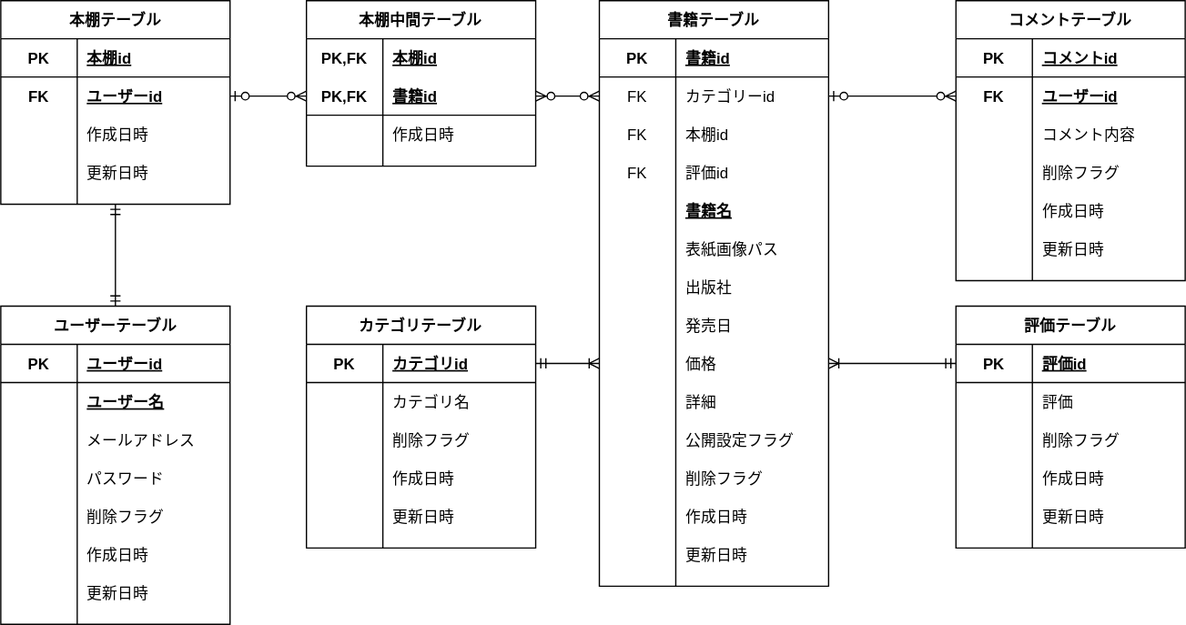
Earlier version of the draw.io export ERdiagram.drawio.svg (takumi98/EngineerBookshelf). Source tidied: cells renumbered, new cells last; positions are measured from the earlier drawing's top-left corner, leaving out a move shared by most shapes.
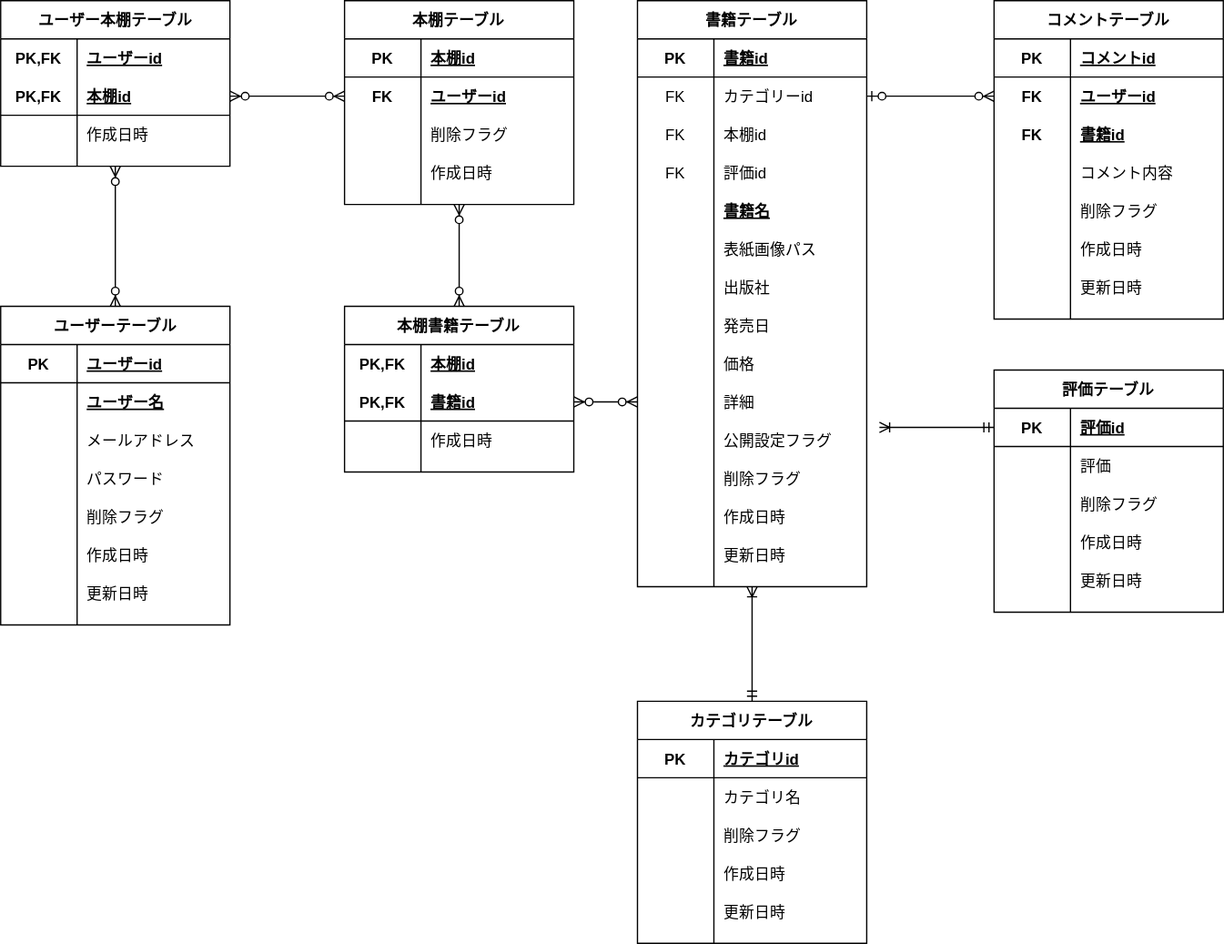
The same diagram one commit later.

Commit message:
[update]ユーザーは複数の本棚を登録できるよう、中間テーブルを追加しました

Change to the diagram source:
```diff
@@ -3,7 +3,7 @@
     <mxCell id="0" />
     <mxCell id="1" parent="0" />
     <mxCell id="2" value="ユーザーテーブル" style="shape=table;startSize=30;rowLines=0;fontStyle=1;align=center;" parent="1" vertex="1">
-      <mxGeometry y="240" width="180" height="250" as="geometry" />
+      <mxGeometry x="-30" y="240" width="180" height="250" as="geometry" />
     </mxCell>
     <mxCell id="3" style="shape=partialRectangle;fillColor=none;top=0;left=0;bottom=1;right=0;" parent="2" vertex="1">
       <mxGeometry y="30" width="180" height="30" as="geometry" />
@@ -198,7 +198,7 @@
       <mxGeometry x="60" width="120" height="30" as="geometry" />
     </mxCell>
     <mxCell id="67" value="コメントテーブル" style="shape=table;startSize=30;rowLines=0;fontStyle=1;align=center;" parent="1" vertex="1">
-      <mxGeometry x="750" width="180" height="220" as="geometry" />
+      <mxGeometry x="750" width="180" height="250" as="geometry" />
     </mxCell>
     <mxCell id="68" style="shape=partialRectangle;fillColor=none;top=0;left=0;bottom=1;right=0;" parent="67" vertex="1">
       <mxGeometry y="30" width="180" height="30" as="geometry" />
@@ -218,8 +218,17 @@
     <mxCell id="73" value="ユーザーid" style="shape=partialRectangle;fillColor=none;top=0;left=0;bottom=0;right=0;align=left;spacingLeft=6;fontStyle=5;overflow=hidden;" parent="71" vertex="1">
       <mxGeometry x="60" width="120" height="30" as="geometry" />
     </mxCell>
+    <mxCell id="147" style="shape=partialRectangle;fillColor=none;top=0;left=0;bottom=0;right=0;" parent="67" vertex="1">
+      <mxGeometry y="90" width="180" height="30" as="geometry" />
+    </mxCell>
+    <mxCell id="148" value="FK" style="shape=partialRectangle;fillColor=none;top=0;left=0;bottom=0;right=0;fontStyle=1;overflow=hidden;" parent="147" vertex="1">
+      <mxGeometry width="60" height="30" as="geometry" />
+    </mxCell>
+    <mxCell id="149" value="書籍id" style="shape=partialRectangle;fillColor=none;top=0;left=0;bottom=0;right=0;align=left;spacingLeft=6;fontStyle=5;overflow=hidden;" parent="147" vertex="1">
+      <mxGeometry x="60" width="120" height="30" as="geometry" />
+    </mxCell>
     <mxCell id="74" style="shape=partialRectangle;fillColor=none;top=0;left=0;bottom=0;right=0;" parent="67" vertex="1">
-      <mxGeometry y="90" width="180" height="30" as="geometry" />
+      <mxGeometry y="120" width="180" height="30" as="geometry" />
     </mxCell>
     <mxCell id="75" style="shape=partialRectangle;fillColor=none;top=0;left=0;bottom=0;right=0;overflow=hidden;" parent="74" vertex="1">
       <mxGeometry width="60" height="30" as="geometry" />
@@ -228,7 +237,7 @@
       <mxGeometry x="60" width="120" height="30" as="geometry" />
     </mxCell>
     <mxCell id="77" style="shape=partialRectangle;fillColor=none;top=0;left=0;bottom=0;right=0;" parent="67" vertex="1">
-      <mxGeometry y="120" width="180" height="30" as="geometry" />
+      <mxGeometry y="150" width="180" height="30" as="geometry" />
     </mxCell>
     <mxCell id="78" style="shape=partialRectangle;fillColor=none;top=0;left=0;bottom=0;right=0;overflow=hidden;" parent="77" vertex="1">
       <mxGeometry width="60" height="30" as="geometry" />
@@ -237,7 +246,7 @@
       <mxGeometry x="60" width="120" height="30" as="geometry" />
     </mxCell>
     <mxCell id="80" style="shape=partialRectangle;fillColor=none;top=0;left=0;bottom=0;right=0;" parent="67" vertex="1">
-      <mxGeometry y="150" width="180" height="30" as="geometry" />
+      <mxGeometry y="180" width="180" height="30" as="geometry" />
     </mxCell>
     <mxCell id="81" style="shape=partialRectangle;fillColor=none;top=0;left=0;bottom=0;right=0;overflow=hidden;" parent="80" vertex="1">
       <mxGeometry width="60" height="30" as="geometry" />
@@ -246,7 +255,7 @@
       <mxGeometry x="60" width="120" height="30" as="geometry" />
     </mxCell>
     <mxCell id="83" style="shape=partialRectangle;fillColor=none;top=0;left=0;bottom=0;right=0;" parent="67" vertex="1">
-      <mxGeometry y="180" width="180" height="30" as="geometry" />
+      <mxGeometry y="210" width="180" height="30" as="geometry" />
     </mxCell>
     <mxCell id="84" style="shape=partialRectangle;fillColor=none;top=0;left=0;bottom=0;right=0;overflow=hidden;" parent="83" vertex="1">
       <mxGeometry width="60" height="30" as="geometry" />
@@ -255,7 +264,7 @@
       <mxGeometry x="60" width="120" height="30" as="geometry" />
     </mxCell>
     <mxCell id="86" value="カテゴリテーブル" style="shape=table;startSize=30;rowLines=0;fontStyle=1;align=center;" parent="1" vertex="1">
-      <mxGeometry x="240" y="240" width="180" height="190" as="geometry" />
+      <mxGeometry x="470" y="550" width="180" height="190" as="geometry" />
     </mxCell>
     <mxCell id="87" style="shape=partialRectangle;fillColor=none;top=0;left=0;bottom=0;right=0;points=[[0,0.5],[1,0.5]];portConstraint=eastwest;" parent="86" vertex="1">
       <mxGeometry y="30" width="180" height="30" as="geometry" />
@@ -307,14 +316,17 @@
         <mxPoint x="750" y="75" as="sourcePoint" />
       </mxGeometry>
     </mxCell>
-    <mxCell id="103" style="edgeStyle=orthogonalEdgeStyle;rounded=0;jettySize=auto;html=1;exitX=1;exitY=0.5;exitDx=0;exitDy=0;entryX=0;entryY=0.5;entryDx=0;entryDy=0;startArrow=ERmandOne;startFill=0;endArrow=ERoneToMany;endFill=0;" parent="1" edge="1" source="87" target="49">
+    <mxCell id="103" style="edgeStyle=orthogonalEdgeStyle;rounded=0;jettySize=auto;html=1;exitX=0.5;exitY=0;exitDx=0;exitDy=0;entryX=0.5;entryY=1;entryDx=0;entryDy=0;startArrow=ERmandOne;startFill=0;endArrow=ERoneToMany;endFill=0;" parent="1" edge="1" source="86" target="24">
       <mxGeometry relative="1" as="geometry" />
     </mxCell>
-    <mxCell id="104" style="edgeStyle=orthogonalEdgeStyle;rounded=0;jettySize=auto;html=1;exitX=0.5;exitY=1;exitDx=0;exitDy=0;entryX=0.5;entryY=0;entryDx=0;entryDy=0;startArrow=ERmandOne;startFill=0;endArrow=ERmandOne;endFill=0;" parent="1" edge="1" source="105" target="2">
+    <mxCell id="104" style="edgeStyle=orthogonalEdgeStyle;rounded=0;jettySize=auto;html=1;exitX=0.5;exitY=1;exitDx=0;exitDy=0;entryX=0.5;entryY=0;entryDx=0;entryDy=0;startArrow=ERzeroToMany;startFill=1;endArrow=ERzeroToMany;endFill=1;" parent="1" edge="1" source="153" target="2">
       <mxGeometry relative="1" as="geometry" />
     </mxCell>
+    <mxCell id="150" style="edgeStyle=orthogonalEdgeStyle;rounded=0;jettySize=auto;html=1;exitX=0.5;exitY=1;exitDx=0;exitDy=0;startArrow=ERzeroToMany;startFill=1;endArrow=ERzeroToMany;endFill=1;" parent="1" edge="1" source="105" target="164">
+      <mxGeometry relative="1" as="geometry" />
+    </mxCell>
     <mxCell id="105" value="本棚テーブル" style="shape=table;startSize=30;rowLines=0;fontStyle=1;align=center;" parent="1" vertex="1">
-      <mxGeometry width="180" height="160" as="geometry" />
+      <mxGeometry x="240" width="180" height="160" as="geometry" />
     </mxCell>
     <mxCell id="106" style="shape=partialRectangle;fillColor=none;top=0;left=0;bottom=1;right=0;" parent="105" vertex="1">
       <mxGeometry y="30" width="180" height="30" as="geometry" />
@@ -340,56 +352,20 @@
     <mxCell id="113" style="shape=partialRectangle;fillColor=none;top=0;left=0;bottom=0;right=0;overflow=hidden;" parent="112" vertex="1">
       <mxGeometry width="60" height="30" as="geometry" />
     </mxCell>
-    <mxCell id="114" value="作成日時" style="shape=partialRectangle;fillColor=none;top=0;left=0;bottom=0;right=0;align=left;spacingLeft=6;overflow=hidden;" parent="112" vertex="1">
+    <mxCell id="114" value="削除フラグ" style="shape=partialRectangle;fillColor=none;top=0;left=0;bottom=0;right=0;align=left;spacingLeft=6;overflow=hidden;" parent="112" vertex="1">
       <mxGeometry x="60" width="120" height="30" as="geometry" />
     </mxCell>
     <mxCell id="115" style="shape=partialRectangle;fillColor=none;top=0;left=0;bottom=0;right=0;" parent="105" vertex="1">
       <mxGeometry y="120" width="180" height="30" as="geometry" />
     </mxCell>
-    <mxCell id="116" style="shape=partialRectangle;fillColor=none;top=0;left=0;bottom=0;right=0;overflow=hidden;" parent="115" vertex="1">
-      <mxGeometry width="60" height="30" as="geometry" />
-    </mxCell>
-    <mxCell id="117" value="更新日時" style="shape=partialRectangle;fillColor=none;top=0;left=0;bottom=0;right=0;align=left;spacingLeft=6;overflow=hidden;" parent="115" vertex="1">
-      <mxGeometry x="60" width="120" height="30" as="geometry" />
-    </mxCell>
-    <mxCell id="118" value="本棚中間テーブル" style="shape=table;startSize=30;rowLines=0;fontStyle=1;align=center;" parent="1" vertex="1">
-      <mxGeometry x="240" width="180" height="130" as="geometry" />
-    </mxCell>
-    <mxCell id="119" style="shape=partialRectangle;fillColor=none;top=0;left=0;bottom=0;right=0;" parent="118" vertex="1">
-      <mxGeometry y="30" width="180" height="30" as="geometry" />
-    </mxCell>
-    <mxCell id="120" value="PK,FK" style="shape=partialRectangle;fillColor=none;top=0;left=0;bottom=0;right=0;fontStyle=1;overflow=hidden;" parent="119" vertex="1">
-      <mxGeometry width="60" height="30" as="geometry" />
-    </mxCell>
-    <mxCell id="121" value="本棚id" style="shape=partialRectangle;fillColor=none;top=0;left=0;bottom=0;right=0;align=left;spacingLeft=6;fontStyle=5;overflow=hidden;" parent="119" vertex="1">
-      <mxGeometry x="60" width="120" height="30" as="geometry" />
-    </mxCell>
-    <mxCell id="122" style="shape=partialRectangle;fillColor=none;top=0;left=0;bottom=1;right=0;points=[[0,0.5],[1,0.5]];portConstraint=eastwest;" parent="118" vertex="1">
-      <mxGeometry y="60" width="180" height="30" as="geometry" />
-    </mxCell>
-    <mxCell id="123" value="PK,FK" style="shape=partialRectangle;fillColor=none;top=0;left=0;bottom=0;right=0;fontStyle=1;overflow=hidden;" parent="122" vertex="1">
-      <mxGeometry width="60" height="30" as="geometry" />
-    </mxCell>
-    <mxCell id="124" value="書籍id" style="shape=partialRectangle;fillColor=none;top=0;left=0;bottom=0;right=0;align=left;spacingLeft=6;fontStyle=5;overflow=hidden;" parent="122" vertex="1">
-      <mxGeometry x="60" width="120" height="30" as="geometry" />
-    </mxCell>
-    <mxCell id="125" style="shape=partialRectangle;fillColor=none;top=0;left=0;bottom=0;right=0;" parent="118" vertex="1">
-      <mxGeometry y="90" width="180" height="30" as="geometry" />
-    </mxCell>
-    <mxCell id="126" style="shape=partialRectangle;fillColor=none;top=0;left=0;bottom=0;right=0;overflow=hidden;" parent="125" vertex="1">
-      <mxGeometry width="60" height="30" as="geometry" />
-    </mxCell>
-    <mxCell id="127" value="作成日時" style="shape=partialRectangle;fillColor=none;top=0;left=0;bottom=0;right=0;align=left;spacingLeft=6;overflow=hidden;" parent="125" vertex="1">
-      <mxGeometry x="60" width="120" height="30" as="geometry" />
-    </mxCell>
-    <mxCell id="128" style="edgeStyle=orthogonalEdgeStyle;rounded=0;jettySize=auto;html=1;exitX=1;exitY=0.5;exitDx=0;exitDy=0;entryX=0;entryY=0.5;entryDx=0;entryDy=0;startArrow=ERzeroToOne;startFill=1;endArrow=ERzeroToMany;endFill=1;" parent="1" edge="1" source="109" target="122">
-      <mxGeometry relative="1" as="geometry" />
-    </mxCell>
-    <mxCell id="129" style="edgeStyle=orthogonalEdgeStyle;rounded=0;jettySize=auto;html=1;exitX=1;exitY=0.5;exitDx=0;exitDy=0;entryX=0;entryY=0.5;entryDx=0;entryDy=0;startArrow=ERzeroToMany;startFill=1;endArrow=ERzeroToMany;endFill=1;" parent="1" edge="1" source="122" target="28">
-      <mxGeometry relative="1" as="geometry" />
-    </mxCell>
+    <mxCell id="151" style="shape=partialRectangle;fillColor=none;top=0;left=0;bottom=0;right=0;overflow=hidden;" parent="115" vertex="1">
+      <mxGeometry width="60" height="30" as="geometry" />
+    </mxCell>
+    <mxCell id="152" value="作成日時" style="shape=partialRectangle;fillColor=none;top=0;left=0;bottom=0;right=0;align=left;spacingLeft=6;overflow=hidden;" parent="115" vertex="1">
+      <mxGeometry x="60" width="120" height="30" as="geometry" />
+    </mxCell>
     <mxCell id="130" value="評価テーブル" style="shape=table;startSize=30;rowLines=0;fontStyle=1;align=center;" parent="1" vertex="1">
-      <mxGeometry x="750" y="240" width="180" height="190" as="geometry" />
+      <mxGeometry x="750" y="290" width="180" height="190" as="geometry" />
     </mxCell>
     <mxCell id="131" style="shape=partialRectangle;fillColor=none;top=0;left=0;bottom=1;right=0;points=[[0,0.5],[1,0.5]];portConstraint=eastwest;" parent="130" vertex="1">
       <mxGeometry y="30" width="180" height="30" as="geometry" />
@@ -436,8 +412,76 @@
     <mxCell id="145" value="更新日時" style="shape=partialRectangle;fillColor=none;top=0;left=0;bottom=0;right=0;align=left;spacingLeft=6;overflow=hidden;" parent="143" vertex="1">
       <mxGeometry x="60" width="120" height="30" as="geometry" />
     </mxCell>
-    <mxCell id="146" style="edgeStyle=orthogonalEdgeStyle;rounded=0;jettySize=auto;html=1;exitX=0;exitY=0.5;exitDx=0;exitDy=0;entryX=1;entryY=0.5;entryDx=0;entryDy=0;startArrow=ERmandOne;startFill=0;endArrow=ERoneToMany;endFill=0;" parent="1" edge="1" source="131" target="49">
-      <mxGeometry relative="1" as="geometry" />
+    <mxCell id="146" style="edgeStyle=orthogonalEdgeStyle;rounded=0;jettySize=auto;html=1;exitX=0;exitY=0.5;exitDx=0;exitDy=0;startArrow=ERmandOne;startFill=0;endArrow=ERoneToMany;endFill=0;" parent="1" edge="1" source="131">
+      <mxGeometry relative="1" as="geometry">
+        <mxPoint x="660" y="335" as="targetPoint" />
+      </mxGeometry>
     </mxCell>
+    <mxCell id="153" value="ユーザー本棚テーブル" style="shape=table;startSize=30;rowLines=0;fontStyle=1;align=center;" parent="1" vertex="1">
+      <mxGeometry x="-30" width="180" height="130" as="geometry" />
+    </mxCell>
+    <mxCell id="154" style="shape=partialRectangle;fillColor=none;top=0;left=0;bottom=0;right=0;" parent="153" vertex="1">
+      <mxGeometry y="30" width="180" height="30" as="geometry" />
+    </mxCell>
+    <mxCell id="155" value="PK,FK" style="shape=partialRectangle;fillColor=none;top=0;left=0;bottom=0;right=0;fontStyle=1;overflow=hidden;" parent="154" vertex="1">
+      <mxGeometry width="60" height="30" as="geometry" />
+    </mxCell>
+    <mxCell id="156" value="ユーザーid" style="shape=partialRectangle;fillColor=none;top=0;left=0;bottom=0;right=0;align=left;spacingLeft=6;fontStyle=5;overflow=hidden;" parent="154" vertex="1">
+      <mxGeometry x="60" width="120" height="30" as="geometry" />
+    </mxCell>
+    <mxCell id="157" style="shape=partialRectangle;fillColor=none;top=0;left=0;bottom=1;right=0;points=[[0,0.5],[1,0.5]];portConstraint=eastwest;" parent="153" vertex="1">
+      <mxGeometry y="60" width="180" height="30" as="geometry" />
+    </mxCell>
+    <mxCell id="158" value="PK,FK" style="shape=partialRectangle;fillColor=none;top=0;left=0;bottom=0;right=0;fontStyle=1;overflow=hidden;" parent="157" vertex="1">
+      <mxGeometry width="60" height="30" as="geometry" />
+    </mxCell>
+    <mxCell id="159" value="本棚id" style="shape=partialRectangle;fillColor=none;top=0;left=0;bottom=0;right=0;align=left;spacingLeft=6;fontStyle=5;overflow=hidden;" parent="157" vertex="1">
+      <mxGeometry x="60" width="120" height="30" as="geometry" />
+    </mxCell>
+    <mxCell id="160" style="shape=partialRectangle;fillColor=none;top=0;left=0;bottom=0;right=0;" parent="153" vertex="1">
+      <mxGeometry y="90" width="180" height="30" as="geometry" />
+    </mxCell>
+    <mxCell id="161" style="shape=partialRectangle;fillColor=none;top=0;left=0;bottom=0;right=0;overflow=hidden;" parent="160" vertex="1">
+      <mxGeometry width="60" height="30" as="geometry" />
+    </mxCell>
+    <mxCell id="162" value="作成日時" style="shape=partialRectangle;fillColor=none;top=0;left=0;bottom=0;right=0;align=left;spacingLeft=6;overflow=hidden;" parent="160" vertex="1">
+      <mxGeometry x="60" width="120" height="30" as="geometry" />
+    </mxCell>
+    <mxCell id="163" style="edgeStyle=orthogonalEdgeStyle;rounded=0;jettySize=auto;html=1;exitX=0;exitY=0.5;exitDx=0;exitDy=0;entryX=1;entryY=0.5;entryDx=0;entryDy=0;startArrow=ERzeroToMany;startFill=1;endArrow=ERzeroToMany;endFill=1;" parent="1" edge="1" source="109" target="157">
+      <mxGeometry relative="1" as="geometry" />
+    </mxCell>
+    <mxCell id="164" value="本棚書籍テーブル" style="shape=table;startSize=30;rowLines=0;fontStyle=1;align=center;" parent="1" vertex="1">
+      <mxGeometry x="240" y="240" width="180" height="130" as="geometry" />
+    </mxCell>
+    <mxCell id="165" style="shape=partialRectangle;fillColor=none;top=0;left=0;bottom=0;right=0;" parent="164" vertex="1">
+      <mxGeometry y="30" width="180" height="30" as="geometry" />
+    </mxCell>
+    <mxCell id="166" value="PK,FK" style="shape=partialRectangle;fillColor=none;top=0;left=0;bottom=0;right=0;fontStyle=1;overflow=hidden;" parent="165" vertex="1">
+      <mxGeometry width="60" height="30" as="geometry" />
+    </mxCell>
+    <mxCell id="167" value="本棚id" style="shape=partialRectangle;fillColor=none;top=0;left=0;bottom=0;right=0;align=left;spacingLeft=6;fontStyle=5;overflow=hidden;" parent="165" vertex="1">
+      <mxGeometry x="60" width="120" height="30" as="geometry" />
+    </mxCell>
+    <mxCell id="168" style="shape=partialRectangle;fillColor=none;top=0;left=0;bottom=1;right=0;points=[[0,0.5],[1,0.5]];portConstraint=eastwest;" parent="164" vertex="1">
+      <mxGeometry y="60" width="180" height="30" as="geometry" />
+    </mxCell>
+    <mxCell id="169" value="PK,FK" style="shape=partialRectangle;fillColor=none;top=0;left=0;bottom=0;right=0;fontStyle=1;overflow=hidden;" parent="168" vertex="1">
+      <mxGeometry width="60" height="30" as="geometry" />
+    </mxCell>
+    <mxCell id="170" value="書籍id" style="shape=partialRectangle;fillColor=none;top=0;left=0;bottom=0;right=0;align=left;spacingLeft=6;fontStyle=5;overflow=hidden;" parent="168" vertex="1">
+      <mxGeometry x="60" width="120" height="30" as="geometry" />
+    </mxCell>
+    <mxCell id="171" style="shape=partialRectangle;fillColor=none;top=0;left=0;bottom=0;right=0;" parent="164" vertex="1">
+      <mxGeometry y="90" width="180" height="30" as="geometry" />
+    </mxCell>
+    <mxCell id="172" style="shape=partialRectangle;fillColor=none;top=0;left=0;bottom=0;right=0;overflow=hidden;" parent="171" vertex="1">
+      <mxGeometry width="60" height="30" as="geometry" />
+    </mxCell>
+    <mxCell id="173" value="作成日時" style="shape=partialRectangle;fillColor=none;top=0;left=0;bottom=0;right=0;align=left;spacingLeft=6;overflow=hidden;" parent="171" vertex="1">
+      <mxGeometry x="60" width="120" height="30" as="geometry" />
+    </mxCell>
+    <mxCell id="174" style="edgeStyle=orthogonalEdgeStyle;rounded=0;jettySize=auto;html=1;exitX=1;exitY=0.5;exitDx=0;exitDy=0;entryX=0;entryY=0.5;entryDx=0;entryDy=0;startArrow=ERzeroToMany;startFill=1;endArrow=ERzeroToMany;endFill=1;" parent="1" edge="1" source="168" target="52">
+      <mxGeometry relative="1" as="geometry" />
+    </mxCell>
   </root>
 </mxGraphModel>
```
